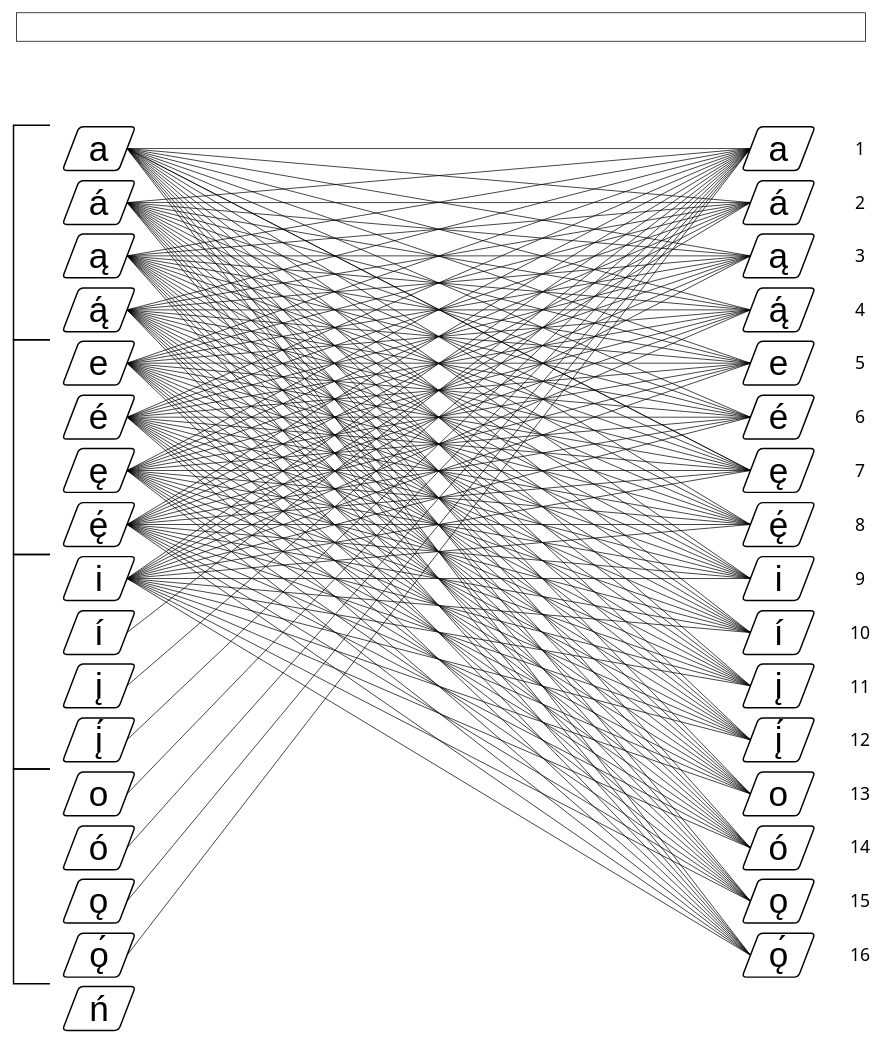
OJB-Quantum/Navaho-Linguistics keeps this draw.io diagram as Associated Diagrams/Navaho Vowel Network.drawio. Above is the earlier version. Source tidied: cells renumbered, new cells numbered last; positions are measured from the earlier drawing's top-left corner, leaving out a move shared by most shapes. Both pictures are drawn from the tidied source at 73%, with x=0, y=0 at pixel (13, 12).
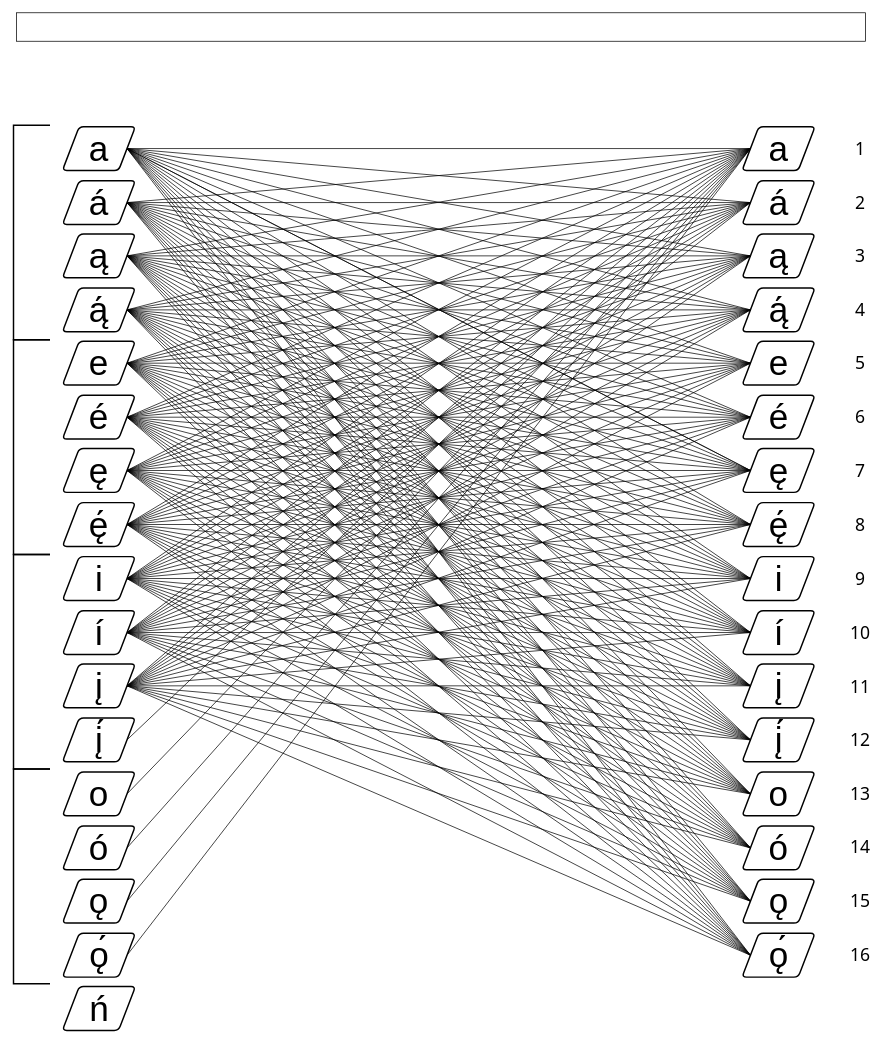
The same diagram, later.

Unchanged cells that the change refers to:
```xml
<mxCell id="74" style="shape=parallelogram;html=1;strokeWidth=2;perimeter=parallelogramPerimeter;whiteSpace=wrap;rounded=1;arcSize=12;size=0.23;fontFamily=IBM Plex Sans;" parent="1" vertex="1">
  <mxGeometry x="67" y="819" width="100" height="60" as="geometry" />
</mxCell>
<mxCell id="76" style="shape=parallelogram;html=1;strokeWidth=2;perimeter=parallelogramPerimeter;whiteSpace=wrap;rounded=1;arcSize=12;size=0.23;fontFamily=IBM Plex Sans;" parent="1" vertex="1">
  <mxGeometry x="67" y="892" width="100" height="60" as="geometry" />
</mxCell>
<mxCell id="92" style="shape=parallelogram;html=1;strokeWidth=2;perimeter=parallelogramPerimeter;whiteSpace=wrap;rounded=1;arcSize=12;size=0.23;fontFamily=IBM Plex Sans;" parent="1" vertex="1">
  <mxGeometry x="998" y="230" width="100" height="60" as="geometry" />
</mxCell>
<mxCell id="94" style="shape=parallelogram;html=1;strokeWidth=2;perimeter=parallelogramPerimeter;whiteSpace=wrap;rounded=1;arcSize=12;size=0.23;fontFamily=IBM Plex Sans;" parent="1" vertex="1">
  <mxGeometry x="998" y="303" width="100" height="60" as="geometry" />
</mxCell>
<mxCell id="96" style="shape=parallelogram;html=1;strokeWidth=2;perimeter=parallelogramPerimeter;whiteSpace=wrap;rounded=1;arcSize=12;size=0.23;fontFamily=IBM Plex Sans;" parent="1" vertex="1">
  <mxGeometry x="998" y="377" width="100" height="60" as="geometry" />
</mxCell>
<mxCell id="98" style="shape=parallelogram;html=1;strokeWidth=2;perimeter=parallelogramPerimeter;whiteSpace=wrap;rounded=1;arcSize=12;size=0.23;fontFamily=IBM Plex Sans;" parent="1" vertex="1">
  <mxGeometry x="998" y="450" width="100" height="60" as="geometry" />
</mxCell>
<mxCell id="100" style="shape=parallelogram;html=1;strokeWidth=2;perimeter=parallelogramPerimeter;whiteSpace=wrap;rounded=1;arcSize=12;size=0.23;fontFamily=IBM Plex Sans;" parent="1" vertex="1">
  <mxGeometry x="998" y="524" width="100" height="60" as="geometry" />
</mxCell>
<mxCell id="102" style="shape=parallelogram;html=1;strokeWidth=2;perimeter=parallelogramPerimeter;whiteSpace=wrap;rounded=1;arcSize=12;size=0.23;fontFamily=IBM Plex Sans;" parent="1" vertex="1">
  <mxGeometry x="998" y="597" width="100" height="60" as="geometry" />
</mxCell>
<mxCell id="104" style="shape=parallelogram;html=1;strokeWidth=2;perimeter=parallelogramPerimeter;whiteSpace=wrap;rounded=1;arcSize=12;size=0.23;fontFamily=IBM Plex Sans;" parent="1" vertex="1">
  <mxGeometry x="998" y="671" width="100" height="60" as="geometry" />
</mxCell>
<mxCell id="106" style="shape=parallelogram;html=1;strokeWidth=2;perimeter=parallelogramPerimeter;whiteSpace=wrap;rounded=1;arcSize=12;size=0.23;fontFamily=IBM Plex Sans;" parent="1" vertex="1">
  <mxGeometry x="998" y="745" width="100" height="60" as="geometry" />
</mxCell>
<mxCell id="108" style="shape=parallelogram;html=1;strokeWidth=2;perimeter=parallelogramPerimeter;whiteSpace=wrap;rounded=1;arcSize=12;size=0.23;fontFamily=IBM Plex Sans;" parent="1" vertex="1">
  <mxGeometry x="998" y="819" width="100" height="60" as="geometry" />
</mxCell>
<mxCell id="110" style="shape=parallelogram;html=1;strokeWidth=2;perimeter=parallelogramPerimeter;whiteSpace=wrap;rounded=1;arcSize=12;size=0.23;fontFamily=IBM Plex Sans;" parent="1" vertex="1">
  <mxGeometry x="998" y="892" width="100" height="60" as="geometry" />
</mxCell>
<mxCell id="112" style="shape=parallelogram;html=1;strokeWidth=2;perimeter=parallelogramPerimeter;whiteSpace=wrap;rounded=1;arcSize=12;size=0.23;fontFamily=IBM Plex Sans;" parent="1" vertex="1">
  <mxGeometry x="998" y="966" width="100" height="60" as="geometry" />
</mxCell>
<mxCell id="114" style="shape=parallelogram;html=1;strokeWidth=2;perimeter=parallelogramPerimeter;whiteSpace=wrap;rounded=1;arcSize=12;size=0.23;fontFamily=IBM Plex Sans;" parent="1" vertex="1">
  <mxGeometry x="998" y="1040" width="100" height="60" as="geometry" />
</mxCell>
<mxCell id="116" style="shape=parallelogram;html=1;strokeWidth=2;perimeter=parallelogramPerimeter;whiteSpace=wrap;rounded=1;arcSize=12;size=0.23;fontFamily=IBM Plex Sans;" parent="1" vertex="1">
  <mxGeometry x="998" y="1114" width="100" height="60" as="geometry" />
</mxCell>
<mxCell id="118" style="shape=parallelogram;html=1;strokeWidth=2;perimeter=parallelogramPerimeter;whiteSpace=wrap;rounded=1;arcSize=12;size=0.23;fontFamily=IBM Plex Sans;" parent="1" vertex="1">
  <mxGeometry x="998" y="1187" width="100" height="60" as="geometry" />
</mxCell>
<mxCell id="120" style="shape=parallelogram;html=1;strokeWidth=2;perimeter=parallelogramPerimeter;whiteSpace=wrap;rounded=1;arcSize=12;size=0.23;fontFamily=IBM Plex Sans;" parent="1" vertex="1">
  <mxGeometry x="998" y="1261" width="100" height="60" as="geometry" />
</mxCell>
```

The edit, as a diff of the source:
```diff
@@
+    <mxCell id="241" style="endArrow=none;html=1;rounded=0;exitX=1;exitY=0.5;exitDx=0;exitDy=0;entryX=0;entryY=0.5;entryDx=0;entryDy=0;" parent="1" edge="1" source="74" target="92">
+      <mxGeometry relative="1" as="geometry" />
+    </mxCell>
+    <mxCell id="242" style="endArrow=none;html=1;rounded=0;exitX=1;exitY=0.5;exitDx=0;exitDy=0;entryX=0;entryY=0.5;entryDx=0;entryDy=0;" parent="1" edge="1" source="74" target="94">
+      <mxGeometry relative="1" as="geometry" />
+    </mxCell>
+    <mxCell id="243" style="endArrow=none;html=1;rounded=0;exitX=1;exitY=0.5;exitDx=0;exitDy=0;entryX=0;entryY=0.5;entryDx=0;entryDy=0;" parent="1" edge="1" source="74" target="96">
+      <mxGeometry relative="1" as="geometry" />
+    </mxCell>
+    <mxCell id="244" style="endArrow=none;html=1;rounded=0;exitX=1;exitY=0.5;exitDx=0;exitDy=0;entryX=0;entryY=0.5;entryDx=0;entryDy=0;" parent="1" edge="1" source="74" target="98">
+      <mxGeometry relative="1" as="geometry" />
+    </mxCell>
+    <mxCell id="245" style="endArrow=none;html=1;rounded=0;exitX=1;exitY=0.5;exitDx=0;exitDy=0;entryX=0;entryY=0.5;entryDx=0;entryDy=0;" parent="1" edge="1" source="74" target="100">
+      <mxGeometry relative="1" as="geometry" />
+    </mxCell>
+    <mxCell id="246" style="endArrow=none;html=1;rounded=0;exitX=1;exitY=0.5;exitDx=0;exitDy=0;entryX=0;entryY=0.5;entryDx=0;entryDy=0;" parent="1" edge="1" source="74" target="102">
+      <mxGeometry relative="1" as="geometry" />
+    </mxCell>
+    <mxCell id="247" style="endArrow=none;html=1;rounded=0;exitX=1;exitY=0.5;exitDx=0;exitDy=0;entryX=0;entryY=0.5;entryDx=0;entryDy=0;" parent="1" edge="1" source="74" target="106">
+      <mxGeometry relative="1" as="geometry" />
+    </mxCell>
+    <mxCell id="248" style="endArrow=none;html=1;rounded=0;exitX=1;exitY=0.5;exitDx=0;exitDy=0;entryX=0;entryY=0.5;entryDx=0;entryDy=0;" parent="1" edge="1" source="74" target="104">
+      <mxGeometry relative="1" as="geometry" />
+    </mxCell>
+    <mxCell id="249" style="endArrow=none;html=1;rounded=0;exitX=1;exitY=0.5;exitDx=0;exitDy=0;entryX=0;entryY=0.5;entryDx=0;entryDy=0;" parent="1" edge="1" source="74" target="108">
+      <mxGeometry relative="1" as="geometry" />
+    </mxCell>
+    <mxCell id="250" style="endArrow=none;html=1;rounded=0;exitX=1;exitY=0.5;exitDx=0;exitDy=0;entryX=0;entryY=0.5;entryDx=0;entryDy=0;" parent="1" edge="1" source="74" target="110">
+      <mxGeometry relative="1" as="geometry" />
+    </mxCell>
+    <mxCell id="251" style="endArrow=none;html=1;rounded=0;exitX=1;exitY=0.5;exitDx=0;exitDy=0;entryX=0;entryY=0.5;entryDx=0;entryDy=0;" parent="1" edge="1" source="74" target="112">
+      <mxGeometry relative="1" as="geometry" />
+    </mxCell>
+    <mxCell id="252" style="endArrow=none;html=1;rounded=0;exitX=1;exitY=0.5;exitDx=0;exitDy=0;entryX=0;entryY=0.5;entryDx=0;entryDy=0;" parent="1" edge="1" source="74" target="114">
+      <mxGeometry relative="1" as="geometry" />
+    </mxCell>
+    <mxCell id="253" style="endArrow=none;html=1;rounded=0;exitX=1;exitY=0.5;exitDx=0;exitDy=0;entryX=0;entryY=0.5;entryDx=0;entryDy=0;" parent="1" edge="1" source="74" target="116">
+      <mxGeometry relative="1" as="geometry" />
+    </mxCell>
+    <mxCell id="254" style="endArrow=none;html=1;rounded=0;exitX=1;exitY=0.5;exitDx=0;exitDy=0;entryX=0;entryY=0.5;entryDx=0;entryDy=0;" parent="1" edge="1" source="74" target="118">
+      <mxGeometry relative="1" as="geometry" />
+    </mxCell>
+    <mxCell id="255" style="endArrow=none;html=1;rounded=0;exitX=1;exitY=0.5;exitDx=0;exitDy=0;entryX=0;entryY=0.5;entryDx=0;entryDy=0;" parent="1" edge="1" source="74" target="120">
+      <mxGeometry relative="1" as="geometry" />
+    </mxCell>
+    <mxCell id="256" style="endArrow=none;html=1;rounded=0;exitX=1;exitY=0.5;exitDx=0;exitDy=0;entryX=0;entryY=0.5;entryDx=0;entryDy=0;" parent="1" edge="1" source="76" target="92">
+      <mxGeometry relative="1" as="geometry" />
+    </mxCell>
+    <mxCell id="257" style="endArrow=none;html=1;rounded=0;exitX=1;exitY=0.5;exitDx=0;exitDy=0;entryX=0;entryY=0.5;entryDx=0;entryDy=0;" parent="1" edge="1" source="76" target="94">
+      <mxGeometry relative="1" as="geometry" />
+    </mxCell>
+    <mxCell id="258" style="endArrow=none;html=1;rounded=0;exitX=1;exitY=0.5;exitDx=0;exitDy=0;entryX=0;entryY=0.5;entryDx=0;entryDy=0;" parent="1" edge="1" source="76" target="96">
+      <mxGeometry relative="1" as="geometry" />
+    </mxCell>
+    <mxCell id="259" style="endArrow=none;html=1;rounded=0;exitX=1;exitY=0.5;exitDx=0;exitDy=0;entryX=0;entryY=0.5;entryDx=0;entryDy=0;" parent="1" edge="1" source="76" target="98">
+      <mxGeometry relative="1" as="geometry" />
+    </mxCell>
+    <mxCell id="260" style="endArrow=none;html=1;rounded=0;exitX=1;exitY=0.5;exitDx=0;exitDy=0;entryX=0;entryY=0.5;entryDx=0;entryDy=0;" parent="1" edge="1" source="76" target="100">
+      <mxGeometry relative="1" as="geometry" />
+    </mxCell>
+    <mxCell id="261" style="endArrow=none;html=1;rounded=0;exitX=1;exitY=0.5;exitDx=0;exitDy=0;entryX=0;entryY=0.5;entryDx=0;entryDy=0;" parent="1" edge="1" source="76" target="102">
+      <mxGeometry relative="1" as="geometry" />
+    </mxCell>
+    <mxCell id="262" style="endArrow=none;html=1;rounded=0;exitX=1;exitY=0.5;exitDx=0;exitDy=0;entryX=0;entryY=0.5;entryDx=0;entryDy=0;" parent="1" edge="1" source="76" target="104">
+      <mxGeometry relative="1" as="geometry" />
+    </mxCell>
+    <mxCell id="263" style="endArrow=none;html=1;rounded=0;exitX=1;exitY=0.5;exitDx=0;exitDy=0;entryX=0;entryY=0.5;entryDx=0;entryDy=0;" parent="1" edge="1" source="76" target="106">
+      <mxGeometry relative="1" as="geometry" />
+    </mxCell>
+    <mxCell id="264" style="endArrow=none;html=1;rounded=0;exitX=1;exitY=0.5;exitDx=0;exitDy=0;entryX=0;entryY=0.5;entryDx=0;entryDy=0;" parent="1" edge="1" source="76" target="108">
+      <mxGeometry relative="1" as="geometry" />
+    </mxCell>
+    <mxCell id="265" style="endArrow=none;html=1;rounded=0;exitX=1;exitY=0.5;exitDx=0;exitDy=0;entryX=0;entryY=0.5;entryDx=0;entryDy=0;" parent="1" edge="1" source="76" target="110">
+      <mxGeometry relative="1" as="geometry" />
+    </mxCell>
+    <mxCell id="266" style="endArrow=none;html=1;rounded=0;exitX=1;exitY=0.5;exitDx=0;exitDy=0;entryX=0;entryY=0.5;entryDx=0;entryDy=0;" parent="1" edge="1" source="76" target="112">
+      <mxGeometry relative="1" as="geometry" />
+    </mxCell>
+    <mxCell id="267" style="endArrow=none;html=1;rounded=0;exitX=1;exitY=0.5;exitDx=0;exitDy=0;entryX=0;entryY=0.5;entryDx=0;entryDy=0;" parent="1" edge="1" source="76" target="114">
+      <mxGeometry relative="1" as="geometry" />
+    </mxCell>
+    <mxCell id="268" style="endArrow=none;html=1;rounded=0;exitX=1;exitY=0.5;exitDx=0;exitDy=0;entryX=0;entryY=0.5;entryDx=0;entryDy=0;" parent="1" edge="1" source="76" target="116">
+      <mxGeometry relative="1" as="geometry" />
+    </mxCell>
+    <mxCell id="269" style="endArrow=none;html=1;rounded=0;exitX=1;exitY=0.5;exitDx=0;exitDy=0;entryX=0;entryY=0.5;entryDx=0;entryDy=0;" parent="1" edge="1" source="76" target="118">
+      <mxGeometry relative="1" as="geometry" />
+    </mxCell>
+    <mxCell id="270" style="endArrow=none;html=1;rounded=0;exitX=1;exitY=0.5;exitDx=0;exitDy=0;entryX=0;entryY=0.5;entryDx=0;entryDy=0;" parent="1" edge="1" source="76" target="120">
+      <mxGeometry relative="1" as="geometry" />
+    </mxCell>
```
